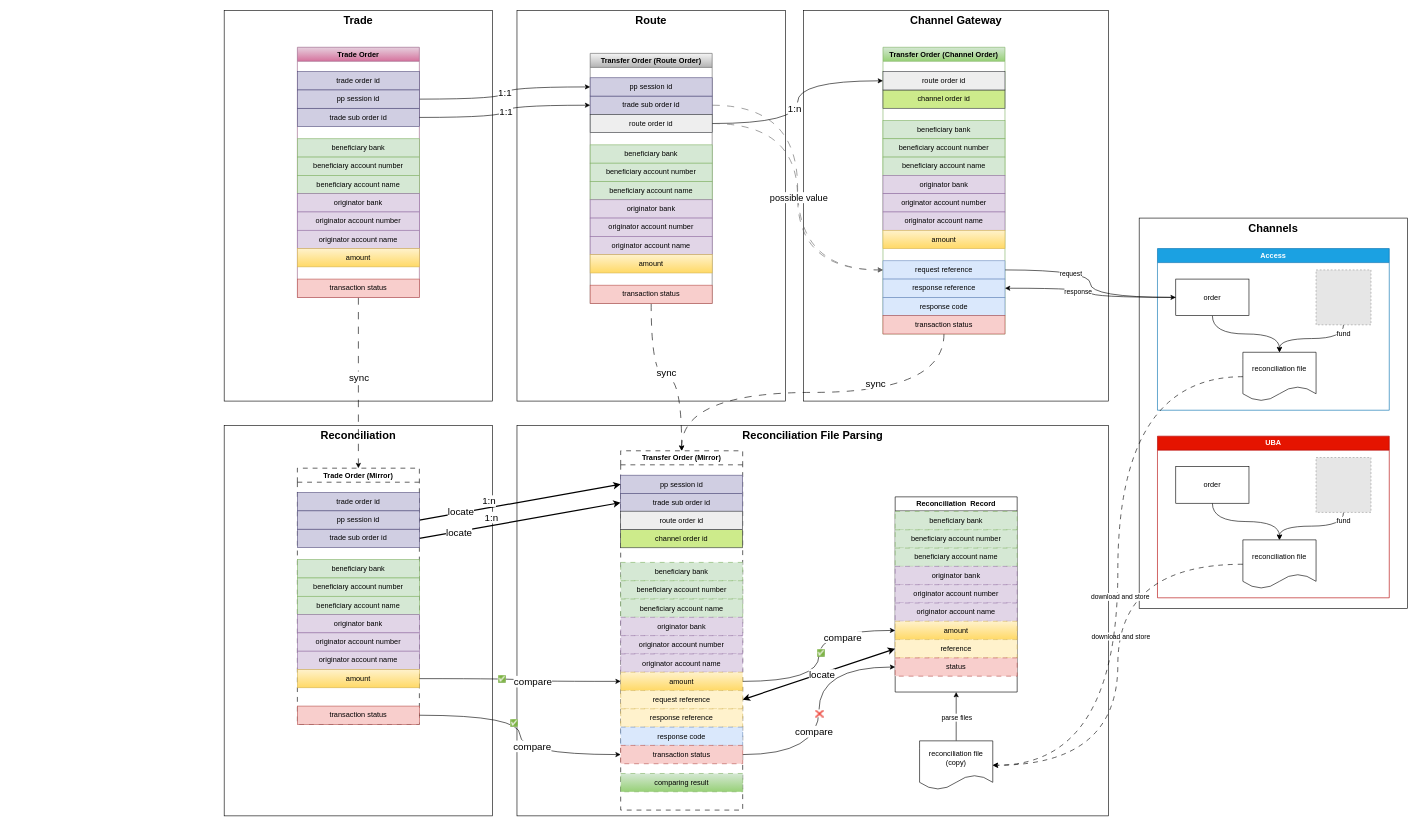
Earlier version of the draw.io diagram reconciliation solution.drawio (catface996/images). Source tidied: cells renumbered, new cells numbered last; positions are measured from the earlier drawing's top-left corner, leaving out a move shared by most shapes. Both pictures are drawn from the tidied source at 61%, with x=0, y=0 at pixel (224, 10). Pictures stored in the file or linked from it are replaced by grey dashed boxes.
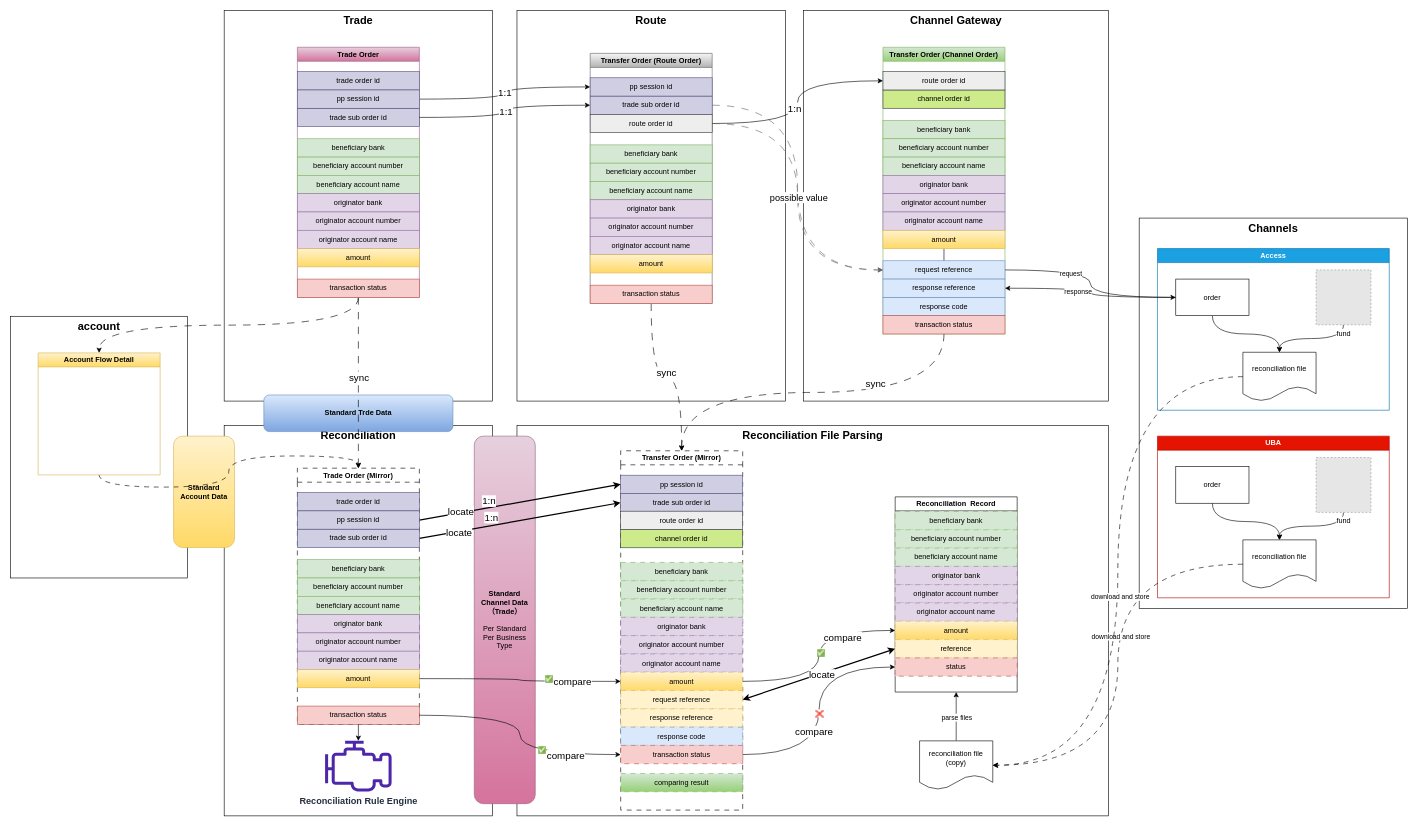
The same page after the edit.

The change refers to these unchanged cells:
```xml
<mxCell id="54" value="amount" style="rounded=0;whiteSpace=wrap;html=1;fillColor=#fff2cc;gradientColor=#ffd966;strokeColor=#d6b656;" parent="1" vertex="1">
  <mxGeometry x="1080" y="360" width="200" height="30" as="geometry" />
</mxCell>
<mxCell id="60" value="transaction status" style="rounded=0;whiteSpace=wrap;html=1;fillColor=#f8cecc;strokeColor=#b85450;" parent="1" vertex="1">
  <mxGeometry x="1080" y="500" width="200" height="30" as="geometry" />
</mxCell>
<mxCell id="77" value="Trade Order" style="swimlane;whiteSpace=wrap;html=1;fillColor=#e6d0de;gradientColor=#d5739d;strokeColor=#996185;" parent="1" vertex="1">
  <mxGeometry x="120" y="60" width="200" height="410" as="geometry" />
</mxCell>
<mxCell id="115" value="Trade Order (Mirror)" style="swimlane;whiteSpace=wrap;html=1;dashed=1;dashPattern=8 8;" parent="1" vertex="1">
  <mxGeometry x="120" y="750" width="200" height="420" as="geometry" />
</mxCell>
<mxCell id="116" value="transaction status" style="rounded=0;whiteSpace=wrap;html=1;fillColor=#f8cecc;strokeColor=#b85450;" parent="115" vertex="1">
  <mxGeometry y="390" width="200" height="30" as="geometry" />
</mxCell>
<mxCell id="136" style="edgeStyle=orthogonalEdgeStyle;rounded=0;jettySize=auto;html=1;entryX=0;entryY=0.5;entryDx=0;entryDy=0;curved=1;" parent="1" edge="1" source="135" target="42">
  <mxGeometry relative="1" as="geometry" />
</mxCell>
<mxCell id="141" style="edgeStyle=orthogonalEdgeStyle;rounded=0;jettySize=auto;html=1;entryX=0;entryY=0.5;entryDx=0;entryDy=0;curved=1;" parent="1" edge="1" source="116" target="64">
  <mxGeometry relative="1" as="geometry" />
</mxCell>
```

What changed in the source:
```diff
@@
+    <mxCell id="147" value="account" style="rounded=0;whiteSpace=wrap;html=1;verticalAlign=top;fontSize=18;fontStyle=1;" parent="1" vertex="1">
+      <mxGeometry x="-350" y="501" width="290" height="429" as="geometry" />
+    </mxCell>
+    <mxCell id="7" value="Reconciliation" style="rounded=0;whiteSpace=wrap;html=1;align=center;verticalAlign=top;fontSize=18;fontStyle=1;" parent="1" vertex="1">
+      <mxGeometry y="680" width="440" height="640" as="geometry" />
+    </mxCell>
+    <mxCell id="148" value="Standard Account Data" style="rounded=1;whiteSpace=wrap;html=1;fillColor=#fff2cc;gradientColor=#ffd966;strokeColor=#d6b656;fontStyle=1;" parent="1" vertex="1">
+      <mxGeometry x="-83" y="697.5" width="100" height="182.5" as="geometry" />
+    </mxCell>
+    <mxCell id="3" value="Trade" style="rounded=0;whiteSpace=wrap;html=1;align=center;verticalAlign=top;fontStyle=1;fontSize=18;" parent="1" vertex="1">
+      <mxGeometry width="440" height="640" as="geometry" />
+    </mxCell>
+    <mxCell id="149" value="Standard Trde Data" style="rounded=1;whiteSpace=wrap;html=1;fillColor=#dae8fc;gradientColor=#7ea6e0;strokeColor=#6c8ebf;fontStyle=1;" parent="1" vertex="1">
+      <mxGeometry x="65" y="630" width="310" height="60" as="geometry" />
+    </mxCell>
+    <mxCell id="6" value="&lt;div style=&quot;text-align: left; font-size: 18px;&quot;&gt;&lt;span style=&quot;background-color: initial; font-size: 18px;&quot;&gt;Reconciliation File Parsing&lt;/span&gt;&lt;/div&gt;" style="rounded=0;whiteSpace=wrap;html=1;align=center;verticalAlign=top;fontStyle=1;fontSize=18;" parent="1" vertex="1">
+      <mxGeometry x="480" y="680" width="970" height="640" as="geometry" />
+    </mxCell>
+    <mxCell id="150" value="&lt;b&gt;Standard Channel Data&lt;br&gt;（Trade）&lt;br&gt;&lt;/b&gt;&lt;br&gt;Per Standard &lt;br&gt;Per Business Type" style="rounded=1;whiteSpace=wrap;html=1;fillColor=#e6d0de;strokeColor=#996185;gradientColor=#d5739d;" parent="1" vertex="1">
+      <mxGeometry x="410" y="697.5" width="100" height="602.5" as="geometry" />
+    </mxCell>
@@
-    <mxCell id="3" value="Trade" style="rounded=0;whiteSpace=wrap;html=1;align=center;verticalAlign=top;fontStyle=1;fontSize=18;" parent="1" vertex="1">
-      <mxGeometry width="440" height="640" as="geometry" />
-    </mxCell>
@@
-    <mxCell id="6" value="&lt;div style=&quot;text-align: left; font-size: 18px;&quot;&gt;&lt;span style=&quot;background-color: initial; font-size: 18px;&quot;&gt;Reconciliation File Parsing&lt;/span&gt;&lt;/div&gt;" style="rounded=0;whiteSpace=wrap;html=1;align=center;verticalAlign=top;fontStyle=1;fontSize=18;" parent="1" vertex="1">
-      <mxGeometry x="480" y="680" width="970" height="640" as="geometry" />
-    </mxCell>
-    <mxCell id="7" value="Reconciliation" style="rounded=0;whiteSpace=wrap;html=1;align=center;verticalAlign=top;fontSize=18;fontStyle=1;" parent="1" vertex="1">
-      <mxGeometry y="680" width="440" height="640" as="geometry" />
-    </mxCell>
@@
+    <mxCell id="151" style="edgeStyle=orthogonalEdgeStyle;rounded=0;jettySize=auto;html=1;" parent="1" edge="1" source="54" target="60">
+      <mxGeometry relative="1" as="geometry" />
+    </mxCell>
@@
     <mxCell id="137" value="✅" style="edgeLabel;html=1;align=center;verticalAlign=middle;" parent="136" vertex="1">
       <mxGeometry x="-0.2" y="2" relative="1" as="geometry">
-        <mxPoint y="1" as="offset" />
+        <mxPoint x="77" y="1" as="offset" />
       </mxGeometry>
     </mxCell>
     <mxCell id="138" value="&lt;font style=&quot;font-size: 16px;&quot;&gt;compare&lt;/font&gt;" style="edgeLabel;html=1;align=center;verticalAlign=middle;" parent="136" vertex="1">
       <mxGeometry x="0.13" relative="1" as="geometry">
-        <mxPoint x="1" as="offset" />
+        <mxPoint x="66" as="offset" />
       </mxGeometry>
     </mxCell>
+    <mxCell id="152" style="rounded=0;jettySize=auto;html=1;entryX=0.5;entryY=0;entryDx=0;entryDy=0;exitX=0.5;exitY=1;exitDx=0;exitDy=0;dashed=1;dashPattern=12 12;edgeStyle=orthogonalEdgeStyle;curved=1;" parent="1" edge="1" source="77" target="154">
+      <mxGeometry relative="1" as="geometry" />
+    </mxCell>
@@
     <mxCell id="142" value="✅" style="edgeLabel;html=1;align=center;verticalAlign=middle;" parent="141" vertex="1">
-      <mxGeometry x="-0.22" y="-12" relative="1" as="geometry" />
+      <mxGeometry x="-0.22" y="-12" relative="1" as="geometry">
+        <mxPoint x="46" y="43" as="offset" />
+      </mxGeometry>
     </mxCell>
     <mxCell id="143" value="&lt;font style=&quot;font-size: 16px;&quot;&gt;compare&lt;/font&gt;" style="edgeLabel;html=1;align=center;verticalAlign=middle;" parent="141" vertex="1">
-      <mxGeometry x="0.26" y="14" relative="1" as="geometry" />
+      <mxGeometry x="0.26" y="14" relative="1" as="geometry">
+        <mxPoint x="55" y="15" as="offset" />
+      </mxGeometry>
     </mxCell>
@@
+    <mxCell id="153" style="edgeStyle=orthogonalEdgeStyle;rounded=0;jettySize=auto;html=1;entryX=0.5;entryY=0;entryDx=0;entryDy=0;curved=1;exitX=0.5;exitY=1;exitDx=0;exitDy=0;dashed=1;dashPattern=8 8;" parent="1" edge="1" source="154" target="115">
+      <mxGeometry relative="1" as="geometry" />
+    </mxCell>
+    <mxCell id="154" value="Account Flow Detail" style="swimlane;whiteSpace=wrap;html=1;fillColor=#fff2cc;gradientColor=#ffd966;strokeColor=#d6b656;" parent="1" vertex="1">
+      <mxGeometry x="-305" y="561" width="200" height="200" as="geometry" />
+    </mxCell>
+    <mxCell id="155" value="&lt;span style=&quot;font-size: 15px;&quot;&gt;&lt;font style=&quot;font-size: 15px;&quot;&gt;Reconciliation Rule Engine&lt;/font&gt;&lt;/span&gt;" style="sketch=0;outlineConnect=0;fontColor=#232F3E;gradientColor=none;fillColor=#4D27AA;strokeColor=none;dashed=0;verticalLabelPosition=bottom;verticalAlign=top;align=center;html=1;fontSize=15;fontStyle=1;shape=mxgraph.aws4.emr_engine;" parent="1" vertex="1">
+      <mxGeometry x="165.1" y="1197" width="109.7" height="83" as="geometry" />
+    </mxCell>
+    <mxCell id="156" style="edgeStyle=orthogonalEdgeStyle;rounded=0;jettySize=auto;html=1;" parent="1" edge="1" source="116" target="155">
+      <mxGeometry relative="1" as="geometry" />
+    </mxCell>
```
